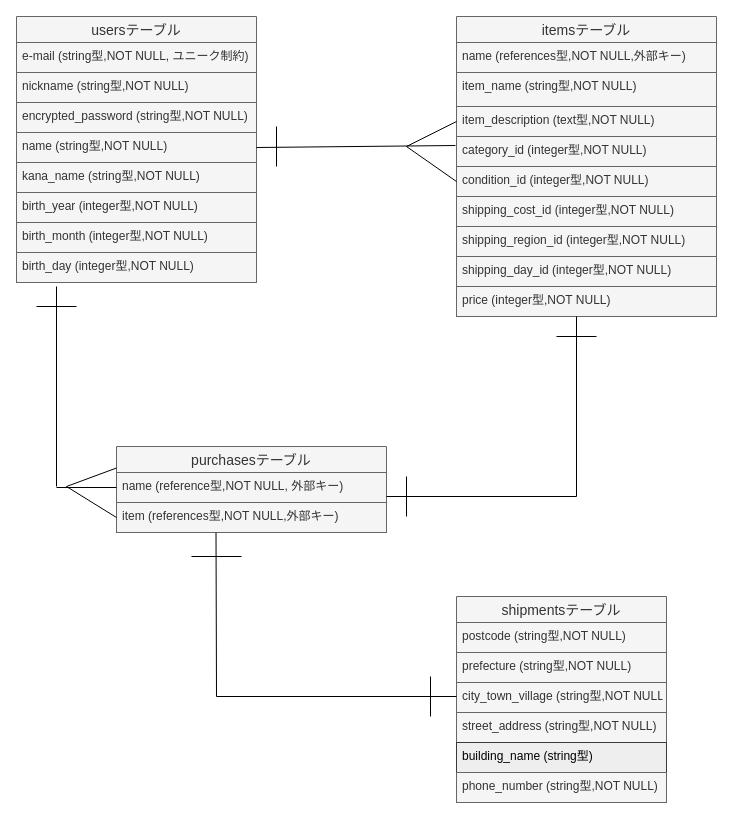
BR9-2020/furima-39597 keeps this draw.io diagram as er.dio. Above is the earlier version. Source tidied: cells renumbered, new cells numbered last; positions are measured from the earlier drawing's top-left corner, leaving out a move shared by most shapes. Both pictures are drawn from the tidied source at 100%, with x=0, y=0 at pixel (16, 16).
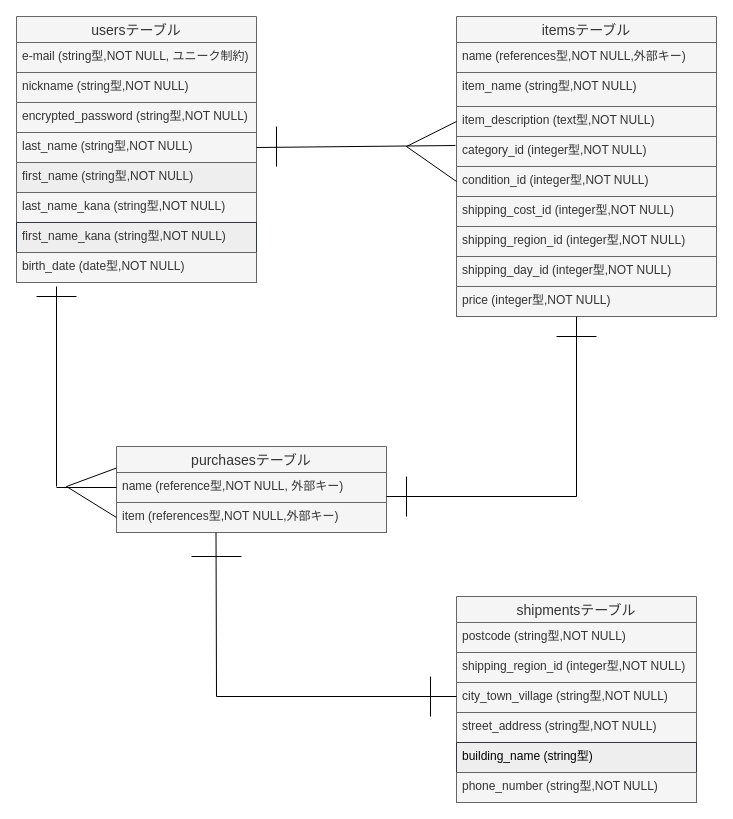
Above is the later version.

Unchanged cells that the change refers to:
```xml
<mxCell id="2" value="usersテーブル" style="swimlane;fontStyle=0;horizontal=1;startSize=26;align=center;fontSize=14;fillColor=#f5f5f5;fontColor=#333333;strokeColor=#666666;" parent="1" vertex="1">
  <mxGeometry width="240" height="266" as="geometry" />
</mxCell>
```

What changed in the source:
```diff
@@
-    <mxCell id="6" value="name (string型,NOT NULL)" style="text;strokeColor=#666666;fillColor=#f5f5f5;spacingLeft=4;spacingRight=4;overflow=hidden;points=[[0,0.5],[1,0.5]];portConstraint=eastwest;fontSize=12;fontColor=#333333;" parent="2" vertex="1">
+    <mxCell id="6" value="last_name (string型,NOT NULL)" style="text;strokeColor=#666666;fillColor=#f5f5f5;spacingLeft=4;spacingRight=4;overflow=hidden;points=[[0,0.5],[1,0.5]];portConstraint=eastwest;fontSize=12;fontColor=#333333;" parent="2" vertex="1">
       <mxGeometry y="116" width="240" height="30" as="geometry" />
     </mxCell>
+    <mxCell id="48" value="first_name (string型,NOT NULL)&#10;" style="text;strokeColor=#666666;fillColor=#eeeeee;spacingLeft=4;spacingRight=4;overflow=hidden;fontSize=12;fontColor=#333333;" parent="2" vertex="1">
+      <mxGeometry y="146" width="240" height="30" as="geometry" />
+    </mxCell>
-    <mxCell id="7" value="kana_name (string型,NOT NULL)" style="text;strokeColor=#666666;fillColor=#f5f5f5;spacingLeft=4;spacingRight=4;overflow=hidden;fontSize=12;fontColor=#333333;" parent="2" vertex="1">
-      <mxGeometry y="146" width="240" height="30" as="geometry" />
+    <mxCell id="7" value="last_name_kana (string型,NOT NULL)" style="text;strokeColor=#666666;fillColor=#f5f5f5;spacingLeft=4;spacingRight=4;overflow=hidden;fontSize=12;fontColor=#333333;" parent="2" vertex="1">
+      <mxGeometry y="176" width="240" height="30" as="geometry" />
     </mxCell>
+    <mxCell id="49" value="first_name_kana (string型,NOT NULL)" style="text;strokeColor=#36393d;fillColor=#eeeeee;spacingLeft=4;spacingRight=4;overflow=hidden;fontSize=12;fontColor=#333333;" parent="2" vertex="1">
+      <mxGeometry y="206" width="240" height="30" as="geometry" />
+    </mxCell>
-    <mxCell id="8" value="birth_year (integer型,NOT NULL)" style="text;strokeColor=#666666;fillColor=#f5f5f5;spacingLeft=4;spacingRight=4;overflow=hidden;fontSize=12;fontColor=#333333;" parent="2" vertex="1">
-      <mxGeometry y="176" width="240" height="30" as="geometry" />
+    <mxCell id="8" value="birth_date (date型,NOT NULL)" style="text;strokeColor=#666666;fillColor=#f5f5f5;spacingLeft=4;spacingRight=4;overflow=hidden;fontSize=12;fontColor=#333333;" parent="2" vertex="1">
+      <mxGeometry y="236" width="240" height="30" as="geometry" />
     </mxCell>
-    <mxCell id="9" value="birth_month (integer型,NOT NULL)" style="text;strokeColor=#666666;fillColor=#f5f5f5;spacingLeft=4;spacingRight=4;overflow=hidden;fontSize=12;fontColor=#333333;" parent="2" vertex="1">
-      <mxGeometry y="206" width="240" height="30" as="geometry" />
-    </mxCell>
-    <mxCell id="10" value="birth_day (integer型,NOT NULL)" style="text;strokeColor=#666666;fillColor=#f5f5f5;spacingLeft=4;spacingRight=4;overflow=hidden;fontSize=12;fontColor=#333333;" parent="2" vertex="1">
-      <mxGeometry y="236" width="240" height="30" as="geometry" />
-    </mxCell>
@@
     <mxCell id="24" value="shipmentsテーブル" style="swimlane;fontStyle=0;horizontal=1;startSize=26;align=center;fontSize=14;fillColor=#f5f5f5;fontColor=#333333;strokeColor=#666666;" parent="1" vertex="1">
-      <mxGeometry x="440" y="580" width="210" height="206" as="geometry" />
+      <mxGeometry x="440" y="580" width="240" height="206" as="geometry" />
     </mxCell>
     <mxCell id="25" value="postcode (string型,NOT NULL)" style="text;strokeColor=#666666;fillColor=#f5f5f5;spacingLeft=4;spacingRight=4;overflow=hidden;fontSize=12;fontColor=#333333;" parent="24" vertex="1">
-      <mxGeometry y="26" width="210" height="30" as="geometry" />
+      <mxGeometry y="26" width="240" height="30" as="geometry" />
     </mxCell>
-    <mxCell id="26" value="prefecture (string型,NOT NULL)" style="text;strokeColor=#666666;fillColor=#f5f5f5;spacingLeft=4;spacingRight=4;overflow=hidden;fontSize=12;fontColor=#333333;" parent="24" vertex="1">
-      <mxGeometry y="56" width="210" height="30" as="geometry" />
+    <mxCell id="26" value="shipping_region_id (integer型,NOT NULL)" style="text;strokeColor=#666666;fillColor=#f5f5f5;spacingLeft=4;spacingRight=4;overflow=hidden;fontSize=12;fontColor=#333333;" parent="24" vertex="1">
+      <mxGeometry y="56" width="240" height="30" as="geometry" />
     </mxCell>
     <mxCell id="27" value="city_town_village (string型,NOT NULL)" style="text;strokeColor=#666666;fillColor=#f5f5f5;spacingLeft=4;spacingRight=4;overflow=hidden;fontSize=12;fontColor=#333333;" parent="24" vertex="1">
-      <mxGeometry y="86" width="210" height="30" as="geometry" />
+      <mxGeometry y="86" width="240" height="30" as="geometry" />
     </mxCell>
     <mxCell id="28" value="street_address (string型,NOT NULL)" style="text;strokeColor=#666666;fillColor=#f5f5f5;spacingLeft=4;spacingRight=4;overflow=hidden;fontSize=12;fontColor=#333333;" parent="24" vertex="1">
-      <mxGeometry y="116" width="210" height="30" as="geometry" />
+      <mxGeometry y="116" width="240" height="30" as="geometry" />
     </mxCell>
     <mxCell id="29" value="building_name (string型)" style="text;strokeColor=#36393d;fillColor=#eeeeee;spacingLeft=4;spacingRight=4;overflow=hidden;fontSize=12;fontColor=#000000;" parent="24" vertex="1">
-      <mxGeometry y="146" width="210" height="30" as="geometry" />
+      <mxGeometry y="146" width="240" height="30" as="geometry" />
     </mxCell>
     <mxCell id="30" value="phone_number (string型,NOT NULL)" style="text;strokeColor=#666666;fillColor=#f5f5f5;spacingLeft=4;spacingRight=4;overflow=hidden;fontSize=12;fontColor=#333333;" parent="24" vertex="1">
-      <mxGeometry y="176" width="210" height="30" as="geometry" />
+      <mxGeometry y="176" width="240" height="30" as="geometry" />
     </mxCell>
@@
     <mxCell id="39" style="endArrow=none;html=1;rounded=0;strokeColor=default;strokeWidth=1;" parent="1" edge="1">
       <mxGeometry relative="1" as="geometry">
-        <mxPoint x="20" y="290" as="sourcePoint" />
-        <mxPoint x="60" y="290" as="targetPoint" />
+        <mxPoint x="20" y="280" as="sourcePoint" />
+        <mxPoint x="60" y="280" as="targetPoint" />
       </mxGeometry>
     </mxCell>
```
